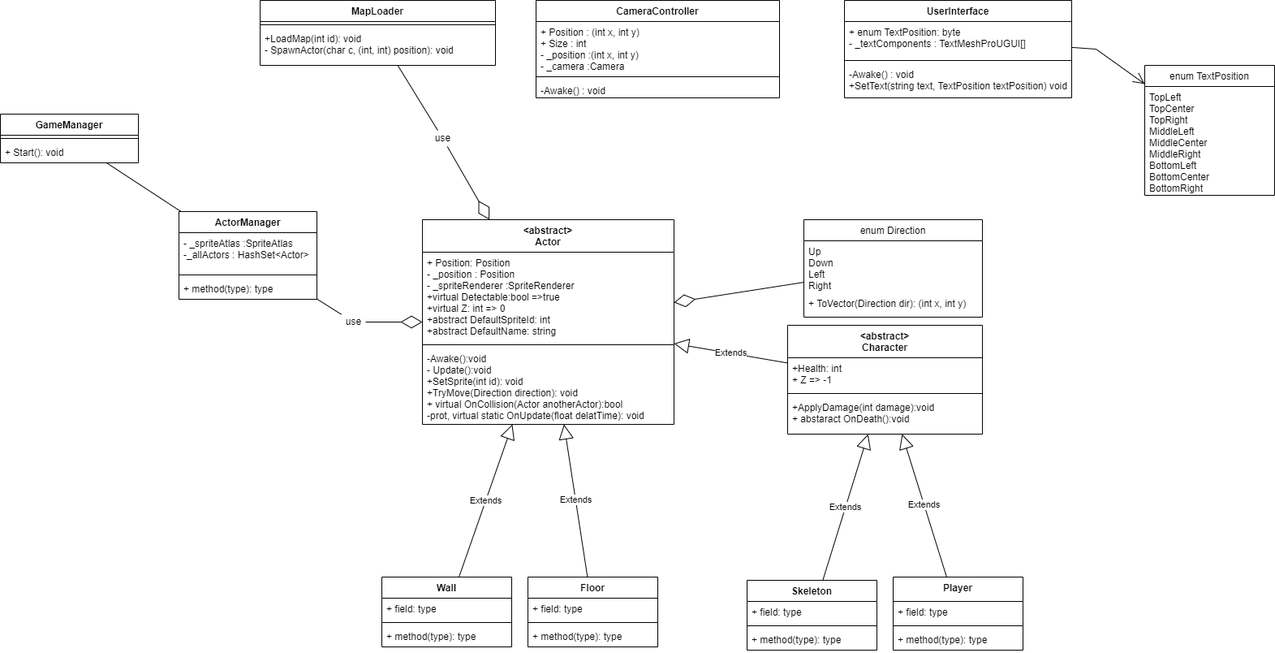
CodecoolGlobal/dungeon-crawl-2-csharp-KisLorand keeps this draw.io diagram as dungeonCrawler.png. Above is the earlier version. Source tidied: cells renumbered, new cells last; positions are measured from the earlier drawing's top-left corner, leaving out a move shared by most shapes.
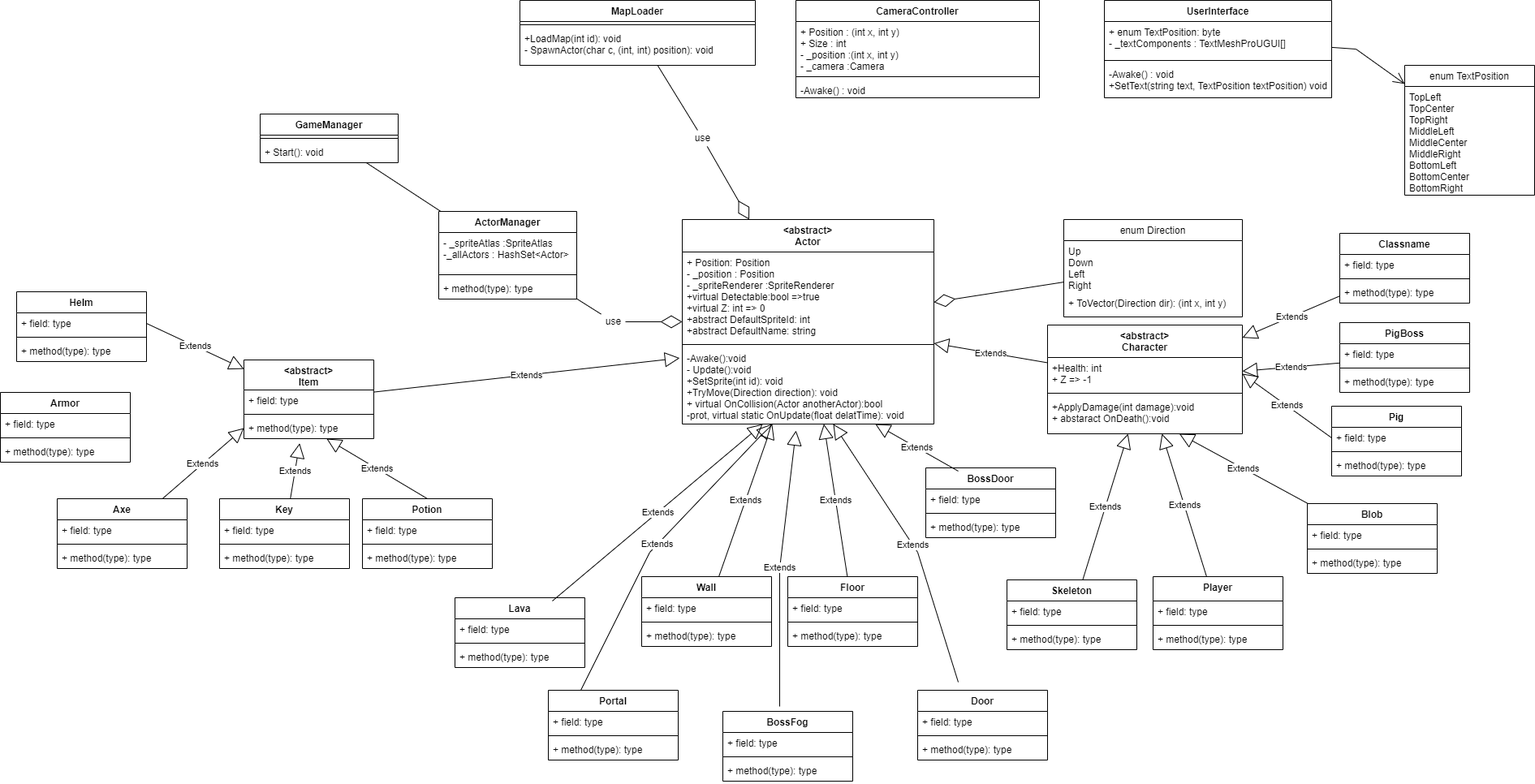
Later version of the same file.

The edit, as a diff of the source:
```diff
@@ -189,5 +189,245 @@
     <mxCell id="62" style="endArrow=diamondThin;endFill=0;endSize=24;html=1;rounded=0;startArrow=none;" parent="1" edge="1" source="55" target="2">
       <mxGeometry relative="1" as="geometry" />
     </mxCell>
+    <mxCell id="63" value="Blob" style="swimlane;fontStyle=1;align=center;verticalAlign=top;horizontal=1;startSize=26;" parent="1" vertex="1">
+      <mxGeometry x="1290" y="620" width="160" height="86" as="geometry" />
+    </mxCell>
+    <mxCell id="64" value="+ field: type" style="text;strokeColor=none;fillColor=none;align=left;verticalAlign=top;spacingLeft=4;spacingRight=4;overflow=hidden;" parent="63" vertex="1">
+      <mxGeometry y="26" width="160" height="26" as="geometry" />
+    </mxCell>
+    <mxCell id="65" style="line;strokeWidth=1;fillColor=none;align=left;verticalAlign=middle;spacingTop=-1;spacingLeft=3;spacingRight=3;labelPosition=right;" parent="63" vertex="1">
+      <mxGeometry y="52" width="160" height="8" as="geometry" />
+    </mxCell>
+    <mxCell id="66" value="+ method(type): type" style="text;strokeColor=none;fillColor=none;align=left;verticalAlign=top;spacingLeft=4;spacingRight=4;overflow=hidden;" parent="63" vertex="1">
+      <mxGeometry y="60" width="160" height="26" as="geometry" />
+    </mxCell>
+    <mxCell id="67" value="Extends" style="endArrow=block;endSize=16;endFill=0;html=1;rounded=0;" parent="1" edge="1" source="63" target="9">
+      <mxGeometry relative="1" as="geometry" />
+    </mxCell>
+    <mxCell id="68" value="Pig" style="swimlane;fontStyle=1;align=center;verticalAlign=top;horizontal=1;startSize=26;" parent="1" vertex="1">
+      <mxGeometry x="1320" y="500" width="160" height="86" as="geometry" />
+    </mxCell>
+    <mxCell id="69" value="+ field: type" style="text;strokeColor=none;fillColor=none;align=left;verticalAlign=top;spacingLeft=4;spacingRight=4;overflow=hidden;points=[[0,0.5],[1,0.5]];portConstraint=eastwest;" parent="68" vertex="1">
+      <mxGeometry y="26" width="160" height="26" as="geometry" />
+    </mxCell>
+    <mxCell id="70" style="line;strokeWidth=1;fillColor=none;align=left;verticalAlign=middle;spacingTop=-1;spacingLeft=3;spacingRight=3;labelPosition=right;" parent="68" vertex="1">
+      <mxGeometry y="52" width="160" height="8" as="geometry" />
+    </mxCell>
+    <mxCell id="71" value="+ method(type): type" style="text;strokeColor=none;fillColor=none;align=left;verticalAlign=top;spacingLeft=4;spacingRight=4;overflow=hidden;" parent="68" vertex="1">
+      <mxGeometry y="60" width="160" height="26" as="geometry" />
+    </mxCell>
+    <mxCell id="72" value="Extends" style="endArrow=block;endSize=16;endFill=0;html=1;rounded=0;exitX=0;exitY=0.5;exitDx=0;exitDy=0;entryX=1;entryY=0.5;entryDx=0;entryDy=0;" parent="1" edge="1" source="69" target="7">
+      <mxGeometry relative="1" as="geometry" />
+    </mxCell>
+    <mxCell id="73" value="PigBoss" style="swimlane;fontStyle=1;align=center;verticalAlign=top;horizontal=1;startSize=26;" parent="1" vertex="1">
+      <mxGeometry x="1330" y="397" width="160" height="86" as="geometry" />
+    </mxCell>
+    <mxCell id="74" value="+ field: type" style="text;strokeColor=none;fillColor=none;align=left;verticalAlign=top;spacingLeft=4;spacingRight=4;overflow=hidden;" parent="73" vertex="1">
+      <mxGeometry y="26" width="160" height="26" as="geometry" />
+    </mxCell>
+    <mxCell id="75" style="line;strokeWidth=1;fillColor=none;align=left;verticalAlign=middle;spacingTop=-1;spacingLeft=3;spacingRight=3;labelPosition=right;" parent="73" vertex="1">
+      <mxGeometry y="52" width="160" height="8" as="geometry" />
+    </mxCell>
+    <mxCell id="76" value="+ method(type): type" style="text;strokeColor=none;fillColor=none;align=left;verticalAlign=top;spacingLeft=4;spacingRight=4;overflow=hidden;" parent="73" vertex="1">
+      <mxGeometry y="60" width="160" height="26" as="geometry" />
+    </mxCell>
+    <mxCell id="77" value="Extends" style="endArrow=block;endSize=16;endFill=0;html=1;rounded=0;" parent="1" edge="1" source="73" target="6">
+      <mxGeometry relative="1" as="geometry" />
+    </mxCell>
+    <mxCell id="78" value="Classname" style="swimlane;fontStyle=1;align=center;verticalAlign=top;horizontal=1;startSize=26;" parent="1" vertex="1">
+      <mxGeometry x="1330" y="287" width="160" height="86" as="geometry" />
+    </mxCell>
+    <mxCell id="79" value="+ field: type" style="text;strokeColor=none;fillColor=none;align=left;verticalAlign=top;spacingLeft=4;spacingRight=4;overflow=hidden;" parent="78" vertex="1">
+      <mxGeometry y="26" width="160" height="26" as="geometry" />
+    </mxCell>
+    <mxCell id="80" style="line;strokeWidth=1;fillColor=none;align=left;verticalAlign=middle;spacingTop=-1;spacingLeft=3;spacingRight=3;labelPosition=right;" parent="78" vertex="1">
+      <mxGeometry y="52" width="160" height="8" as="geometry" />
+    </mxCell>
+    <mxCell id="81" value="+ method(type): type" style="text;strokeColor=none;fillColor=none;align=left;verticalAlign=top;spacingLeft=4;spacingRight=4;overflow=hidden;" parent="78" vertex="1">
+      <mxGeometry y="60" width="160" height="26" as="geometry" />
+    </mxCell>
+    <mxCell id="82" value="Extends" style="endArrow=block;endSize=16;endFill=0;html=1;rounded=0;" parent="1" edge="1" source="78" target="6">
+      <mxGeometry relative="1" as="geometry" />
+    </mxCell>
+    <mxCell id="83" value="&lt;abstract&gt;&#10;Item" style="swimlane;fontStyle=1;align=center;verticalAlign=top;horizontal=1;startSize=37;" parent="1" vertex="1">
+      <mxGeometry x="-20" y="443" width="160" height="97" as="geometry" />
+    </mxCell>
+    <mxCell id="84" value="+ field: type" style="text;strokeColor=none;fillColor=none;align=left;verticalAlign=top;spacingLeft=4;spacingRight=4;overflow=hidden;" parent="83" vertex="1">
+      <mxGeometry y="37" width="160" height="26" as="geometry" />
+    </mxCell>
+    <mxCell id="85" style="line;strokeWidth=1;fillColor=none;align=left;verticalAlign=middle;spacingTop=-1;spacingLeft=3;spacingRight=3;labelPosition=right;" parent="83" vertex="1">
+      <mxGeometry y="63" width="160" height="8" as="geometry" />
+    </mxCell>
+    <mxCell id="86" value="+ method(type): type" style="text;strokeColor=none;fillColor=none;align=left;verticalAlign=top;spacingLeft=4;spacingRight=4;overflow=hidden;points=[[0,0.5],[1,0.5]];portConstraint=eastwest;" parent="83" vertex="1">
+      <mxGeometry y="71" width="160" height="26" as="geometry" />
+    </mxCell>
+    <mxCell id="87" value="Extends" style="endArrow=block;endSize=16;endFill=0;html=1;rounded=0;entryX=-0.01;entryY=0.135;entryDx=0;entryDy=0;entryPerimeter=0;" parent="1" edge="1" source="83" target="5">
+      <mxGeometry relative="1" as="geometry" />
+    </mxCell>
+    <mxCell id="88" value="Axe" style="swimlane;fontStyle=1;align=center;verticalAlign=top;horizontal=1;startSize=26;" parent="1" vertex="1">
+      <mxGeometry x="-250" y="614" width="160" height="86" as="geometry" />
+    </mxCell>
+    <mxCell id="89" value="+ field: type" style="text;strokeColor=none;fillColor=none;align=left;verticalAlign=top;spacingLeft=4;spacingRight=4;overflow=hidden;" parent="88" vertex="1">
+      <mxGeometry y="26" width="160" height="26" as="geometry" />
+    </mxCell>
+    <mxCell id="90" style="line;strokeWidth=1;fillColor=none;align=left;verticalAlign=middle;spacingTop=-1;spacingLeft=3;spacingRight=3;labelPosition=right;" parent="88" vertex="1">
+      <mxGeometry y="52" width="160" height="8" as="geometry" />
+    </mxCell>
+    <mxCell id="91" value="+ method(type): type" style="text;strokeColor=none;fillColor=none;align=left;verticalAlign=top;spacingLeft=4;spacingRight=4;overflow=hidden;" parent="88" vertex="1">
+      <mxGeometry y="60" width="160" height="26" as="geometry" />
+    </mxCell>
+    <mxCell id="92" value="Extends" style="endArrow=block;endSize=16;endFill=0;html=1;rounded=0;entryX=0;entryY=0.5;entryDx=0;entryDy=0;" parent="1" edge="1" source="88" target="86">
+      <mxGeometry relative="1" as="geometry" />
+    </mxCell>
+    <mxCell id="93" value="Key" style="swimlane;fontStyle=1;align=center;verticalAlign=top;horizontal=1;startSize=26;" parent="1" vertex="1">
+      <mxGeometry x="-50" y="614" width="160" height="86" as="geometry" />
+    </mxCell>
+    <mxCell id="94" value="+ field: type" style="text;strokeColor=none;fillColor=none;align=left;verticalAlign=top;spacingLeft=4;spacingRight=4;overflow=hidden;" parent="93" vertex="1">
+      <mxGeometry y="26" width="160" height="26" as="geometry" />
+    </mxCell>
+    <mxCell id="95" style="line;strokeWidth=1;fillColor=none;align=left;verticalAlign=middle;spacingTop=-1;spacingLeft=3;spacingRight=3;labelPosition=right;" parent="93" vertex="1">
+      <mxGeometry y="52" width="160" height="8" as="geometry" />
+    </mxCell>
+    <mxCell id="96" value="+ method(type): type" style="text;strokeColor=none;fillColor=none;align=left;verticalAlign=top;spacingLeft=4;spacingRight=4;overflow=hidden;" parent="93" vertex="1">
+      <mxGeometry y="60" width="160" height="26" as="geometry" />
+    </mxCell>
+    <mxCell id="97" value="Potion" style="swimlane;fontStyle=1;align=center;verticalAlign=top;horizontal=1;startSize=26;" parent="1" vertex="1">
+      <mxGeometry x="126" y="614" width="160" height="86" as="geometry" />
+    </mxCell>
+    <mxCell id="98" value="+ field: type" style="text;strokeColor=none;fillColor=none;align=left;verticalAlign=top;spacingLeft=4;spacingRight=4;overflow=hidden;" parent="97" vertex="1">
+      <mxGeometry y="26" width="160" height="26" as="geometry" />
+    </mxCell>
+    <mxCell id="99" style="line;strokeWidth=1;fillColor=none;align=left;verticalAlign=middle;spacingTop=-1;spacingLeft=3;spacingRight=3;labelPosition=right;" parent="97" vertex="1">
+      <mxGeometry y="52" width="160" height="8" as="geometry" />
+    </mxCell>
+    <mxCell id="100" value="+ method(type): type" style="text;strokeColor=none;fillColor=none;align=left;verticalAlign=top;spacingLeft=4;spacingRight=4;overflow=hidden;" parent="97" vertex="1">
+      <mxGeometry y="60" width="160" height="26" as="geometry" />
+    </mxCell>
+    <mxCell id="101" value="Armor" style="swimlane;fontStyle=1;align=center;verticalAlign=top;horizontal=1;startSize=26;" parent="1" vertex="1">
+      <mxGeometry x="-320" y="483" width="160" height="86" as="geometry" />
+    </mxCell>
+    <mxCell id="102" value="+ field: type" style="text;strokeColor=none;fillColor=none;align=left;verticalAlign=top;spacingLeft=4;spacingRight=4;overflow=hidden;" parent="101" vertex="1">
+      <mxGeometry y="26" width="160" height="26" as="geometry" />
+    </mxCell>
+    <mxCell id="103" style="line;strokeWidth=1;fillColor=none;align=left;verticalAlign=middle;spacingTop=-1;spacingLeft=3;spacingRight=3;labelPosition=right;" parent="101" vertex="1">
+      <mxGeometry y="52" width="160" height="8" as="geometry" />
+    </mxCell>
+    <mxCell id="104" value="+ method(type): type" style="text;strokeColor=none;fillColor=none;align=left;verticalAlign=top;spacingLeft=4;spacingRight=4;overflow=hidden;" parent="101" vertex="1">
+      <mxGeometry y="60" width="160" height="26" as="geometry" />
+    </mxCell>
+    <mxCell id="105" value="Helm" style="swimlane;fontStyle=1;align=center;verticalAlign=top;horizontal=1;startSize=26;" parent="1" vertex="1">
+      <mxGeometry x="-300" y="359" width="160" height="86" as="geometry" />
+    </mxCell>
+    <mxCell id="106" value="+ field: type" style="text;strokeColor=none;fillColor=none;align=left;verticalAlign=top;spacingLeft=4;spacingRight=4;overflow=hidden;points=[[0,0.5],[1,0.5]];portConstraint=eastwest;" parent="105" vertex="1">
+      <mxGeometry y="26" width="160" height="26" as="geometry" />
+    </mxCell>
+    <mxCell id="107" style="line;strokeWidth=1;fillColor=none;align=left;verticalAlign=middle;spacingTop=-1;spacingLeft=3;spacingRight=3;labelPosition=right;" parent="105" vertex="1">
+      <mxGeometry y="52" width="160" height="8" as="geometry" />
+    </mxCell>
+    <mxCell id="108" value="+ method(type): type" style="text;strokeColor=none;fillColor=none;align=left;verticalAlign=top;spacingLeft=4;spacingRight=4;overflow=hidden;" parent="105" vertex="1">
+      <mxGeometry y="60" width="160" height="26" as="geometry" />
+    </mxCell>
+    <mxCell id="109" value="Extends" style="endArrow=block;endSize=16;endFill=0;html=1;rounded=0;exitX=1;exitY=0.5;exitDx=0;exitDy=0;" parent="1" edge="1" source="106" target="83">
+      <mxGeometry relative="1" as="geometry" />
+    </mxCell>
+    <mxCell id="110" value="Extends" style="endArrow=block;endSize=16;endFill=0;html=1;rounded=0;entryX=0.429;entryY=1.218;entryDx=0;entryDy=0;entryPerimeter=0;" parent="1" edge="1" source="93" target="86">
+      <mxGeometry relative="1" as="geometry" />
+    </mxCell>
+    <mxCell id="111" value="Extends" style="endArrow=block;endSize=16;endFill=0;html=1;rounded=0;exitX=0.5;exitY=0;exitDx=0;exitDy=0;" parent="1" edge="1" source="97" target="86">
+      <mxGeometry relative="1" as="geometry" />
+    </mxCell>
+    <mxCell id="112" value="Lava" style="swimlane;fontStyle=1;align=center;verticalAlign=top;horizontal=1;startSize=26;" parent="1" vertex="1">
+      <mxGeometry x="240" y="736" width="160" height="86" as="geometry" />
+    </mxCell>
+    <mxCell id="113" value="+ field: type" style="text;strokeColor=none;fillColor=none;align=left;verticalAlign=top;spacingLeft=4;spacingRight=4;overflow=hidden;" parent="112" vertex="1">
+      <mxGeometry y="26" width="160" height="26" as="geometry" />
+    </mxCell>
+    <mxCell id="114" style="line;strokeWidth=1;fillColor=none;align=left;verticalAlign=middle;spacingTop=-1;spacingLeft=3;spacingRight=3;labelPosition=right;" parent="112" vertex="1">
+      <mxGeometry y="52" width="160" height="8" as="geometry" />
+    </mxCell>
+    <mxCell id="115" value="+ method(type): type" style="text;strokeColor=none;fillColor=none;align=left;verticalAlign=top;spacingLeft=4;spacingRight=4;overflow=hidden;" parent="112" vertex="1">
+      <mxGeometry y="60" width="160" height="26" as="geometry" />
+    </mxCell>
+    <mxCell id="116" value="Portal" style="swimlane;fontStyle=1;align=center;verticalAlign=top;horizontal=1;startSize=26;" parent="1" vertex="1">
+      <mxGeometry x="355" y="850" width="160" height="86" as="geometry" />
+    </mxCell>
+    <mxCell id="117" value="+ field: type" style="text;strokeColor=none;fillColor=none;align=left;verticalAlign=top;spacingLeft=4;spacingRight=4;overflow=hidden;" parent="116" vertex="1">
+      <mxGeometry y="26" width="160" height="26" as="geometry" />
+    </mxCell>
+    <mxCell id="118" style="line;strokeWidth=1;fillColor=none;align=left;verticalAlign=middle;spacingTop=-1;spacingLeft=3;spacingRight=3;labelPosition=right;" parent="116" vertex="1">
+      <mxGeometry y="52" width="160" height="8" as="geometry" />
+    </mxCell>
+    <mxCell id="119" value="+ method(type): type" style="text;strokeColor=none;fillColor=none;align=left;verticalAlign=top;spacingLeft=4;spacingRight=4;overflow=hidden;" parent="116" vertex="1">
+      <mxGeometry y="60" width="160" height="26" as="geometry" />
+    </mxCell>
+    <mxCell id="120" value="Door&#10;" style="swimlane;fontStyle=1;align=center;verticalAlign=top;horizontal=1;startSize=26;" parent="1" vertex="1">
+      <mxGeometry x="810" y="850" width="160" height="86" as="geometry" />
+    </mxCell>
+    <mxCell id="121" value="+ field: type" style="text;strokeColor=none;fillColor=none;align=left;verticalAlign=top;spacingLeft=4;spacingRight=4;overflow=hidden;" parent="120" vertex="1">
+      <mxGeometry y="26" width="160" height="26" as="geometry" />
+    </mxCell>
+    <mxCell id="122" style="line;strokeWidth=1;fillColor=none;align=left;verticalAlign=middle;spacingTop=-1;spacingLeft=3;spacingRight=3;labelPosition=right;" parent="120" vertex="1">
+      <mxGeometry y="52" width="160" height="8" as="geometry" />
+    </mxCell>
+    <mxCell id="123" value="+ method(type): type" style="text;strokeColor=none;fillColor=none;align=left;verticalAlign=top;spacingLeft=4;spacingRight=4;overflow=hidden;" parent="120" vertex="1">
+      <mxGeometry y="60" width="160" height="26" as="geometry" />
+    </mxCell>
+    <mxCell id="124" value="Extends" style="endArrow=block;endSize=16;endFill=0;html=1;rounded=0;" parent="1" edge="1" target="5">
+      <mxGeometry relative="1" as="geometry">
+        <mxPoint x="860" y="840" as="sourcePoint" />
+        <Array as="points">
+          <mxPoint x="810" y="680" />
+        </Array>
+      </mxGeometry>
+    </mxCell>
+    <mxCell id="125" value="Extends" style="endArrow=block;endSize=16;endFill=0;html=1;rounded=0;" parent="1" edge="1" target="5">
+      <mxGeometry relative="1" as="geometry">
+        <mxPoint x="360" y="740" as="sourcePoint" />
+      </mxGeometry>
+    </mxCell>
+    <mxCell id="126" value="Extends" style="endArrow=block;endSize=16;endFill=0;html=1;rounded=0;exitX=0.25;exitY=0;exitDx=0;exitDy=0;" parent="1" edge="1" source="116" target="5">
+      <mxGeometry relative="1" as="geometry">
+        <Array as="points">
+          <mxPoint x="480" y="680" />
+        </Array>
+      </mxGeometry>
+    </mxCell>
+    <mxCell id="127" value="BossFog" style="swimlane;fontStyle=1;align=center;verticalAlign=top;horizontal=1;startSize=26;" parent="1" vertex="1">
+      <mxGeometry x="570" y="876" width="160" height="86" as="geometry" />
+    </mxCell>
+    <mxCell id="128" value="+ field: type" style="text;strokeColor=none;fillColor=none;align=left;verticalAlign=top;spacingLeft=4;spacingRight=4;overflow=hidden;" parent="127" vertex="1">
+      <mxGeometry y="26" width="160" height="26" as="geometry" />
+    </mxCell>
+    <mxCell id="129" style="line;strokeWidth=1;fillColor=none;align=left;verticalAlign=middle;spacingTop=-1;spacingLeft=3;spacingRight=3;labelPosition=right;" parent="127" vertex="1">
+      <mxGeometry y="52" width="160" height="8" as="geometry" />
+    </mxCell>
+    <mxCell id="130" value="+ method(type): type" style="text;strokeColor=none;fillColor=none;align=left;verticalAlign=top;spacingLeft=4;spacingRight=4;overflow=hidden;" parent="127" vertex="1">
+      <mxGeometry y="60" width="160" height="26" as="geometry" />
+    </mxCell>
+    <mxCell id="131" value="Extends" style="endArrow=block;endSize=16;endFill=0;html=1;rounded=0;entryX=0.452;entryY=1.085;entryDx=0;entryDy=0;entryPerimeter=0;" parent="1" edge="1" target="5">
+      <mxGeometry relative="1" as="geometry">
+        <mxPoint x="640" y="870" as="sourcePoint" />
+        <Array as="points">
+          <mxPoint x="640" y="700" />
+        </Array>
+      </mxGeometry>
+    </mxCell>
+    <mxCell id="132" value="BossDoor" style="swimlane;fontStyle=1;align=center;verticalAlign=top;horizontal=1;startSize=26;" parent="1" vertex="1">
+      <mxGeometry x="820" y="576" width="160" height="86" as="geometry" />
+    </mxCell>
+    <mxCell id="133" value="+ field: type" style="text;strokeColor=none;fillColor=none;align=left;verticalAlign=top;spacingLeft=4;spacingRight=4;overflow=hidden;" parent="132" vertex="1">
+      <mxGeometry y="26" width="160" height="26" as="geometry" />
+    </mxCell>
+    <mxCell id="134" style="line;strokeWidth=1;fillColor=none;align=left;verticalAlign=middle;spacingTop=-1;spacingLeft=3;spacingRight=3;labelPosition=right;" parent="132" vertex="1">
+      <mxGeometry y="52" width="160" height="8" as="geometry" />
+    </mxCell>
+    <mxCell id="135" value="+ method(type): type" style="text;strokeColor=none;fillColor=none;align=left;verticalAlign=top;spacingLeft=4;spacingRight=4;overflow=hidden;" parent="132" vertex="1">
+      <mxGeometry y="60" width="160" height="26" as="geometry" />
+    </mxCell>
+    <mxCell id="136" value="Extends" style="endArrow=block;endSize=16;endFill=0;html=1;rounded=0;" parent="1" edge="1" target="5">
+      <mxGeometry relative="1" as="geometry">
+        <mxPoint x="860" y="580" as="sourcePoint" />
+      </mxGeometry>
+    </mxCell>
   </root>
 </mxGraphModel>
```
